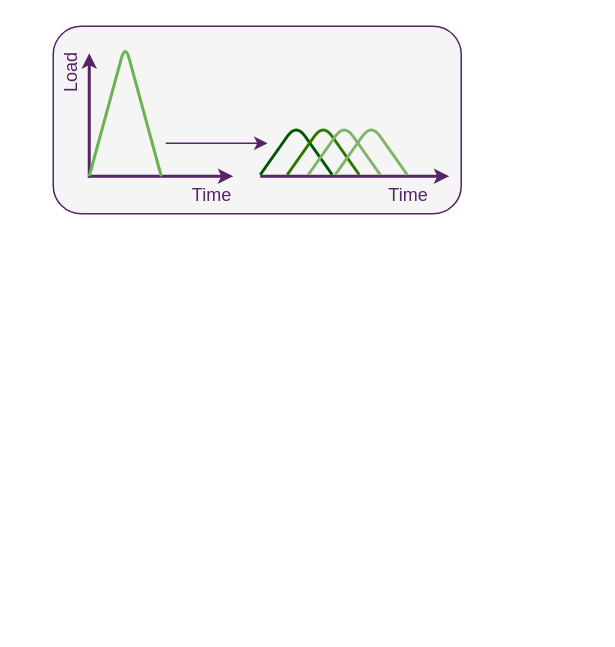
eclipse-hawkbit/hawkbit keeps this draw.io diagram as docs/graphics-source/rollouts_load.drawio. Above is the earlier version. Source tidied: cells renumbered, new cells numbered last; positions are measured from the earlier drawing's top-left corner, leaving out a move shared by most shapes. Both pictures are drawn from the tidied source at 150%, with x=0, y=0 at pixel (26, 26).
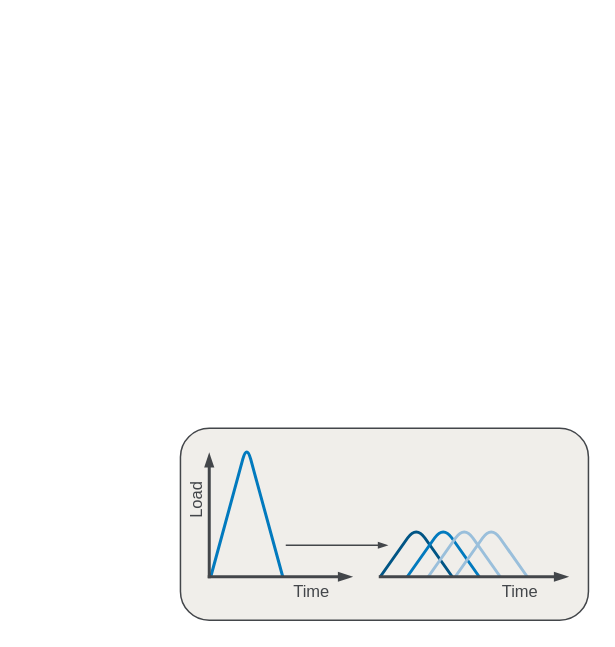
The same page after the edit.

The edit, as a diff of the source:
```diff
@@
-    <mxCell id="2" style="rounded=1;whiteSpace=wrap;html=1;fillColor=#f5f5f5;strokeColor=light-dark(#562563, #959595);fontColor=#333333;" parent="1" vertex="1">
-      <mxGeometry x="18" width="272" height="125" as="geometry" />
-    </mxCell>
-    <mxCell id="3" style="endArrow=classic;html=1;rounded=0;strokeWidth=2;endFill=1;jumpSize=6;endSize=4;startSize=4;strokeColor=light-dark(#562563, #ededed);" parent="1" edge="1">
-      <mxGeometry relative="1" as="geometry">
-        <mxPoint x="42" y="100" as="sourcePoint" />
-        <mxPoint x="138" y="100" as="targetPoint" />
-      </mxGeometry>
-    </mxCell>
-    <mxCell id="4" style="endArrow=classic;html=1;rounded=0;strokeWidth=2;startArrow=none;startFill=0;endFill=1;endSize=4;startSize=4;strokeColor=light-dark(#562563, #ededed);" parent="1" edge="1">
-      <mxGeometry relative="1" as="geometry">
-        <mxPoint x="42" y="101" as="sourcePoint" />
-        <mxPoint x="42" y="18" as="targetPoint" />
-      </mxGeometry>
-    </mxCell>
-    <mxCell id="5" value="Time" style="text;html=1;align=center;verticalAlign=middle;whiteSpace=wrap;rounded=0;fontColor=light-dark(#562563, #ededed);" parent="1" vertex="1">
-      <mxGeometry x="94" y="98" width="60" height="30" as="geometry" />
-    </mxCell>
+    <mxCell id="15" style="rounded=1;whiteSpace=wrap;html=1;fillColor=#F0EEEA;strokeColor=#43464A;fontColor=#333333;" parent="1" vertex="1">
+      <mxGeometry x="102.8" y="268" width="272" height="128" as="geometry" />
+    </mxCell>
+    <mxCell id="16" style="endArrow=none;html=1;rounded=1;curved=0;fillColor=#dae8fc;strokeColor=#027ABE;strokeWidth=2;" parent="15" edge="1">
+      <mxGeometry relative="1" as="geometry">
+        <mxPoint x="20.2" y="99" as="sourcePoint" />
+        <mxPoint x="68.2" y="99" as="targetPoint" />
+        <Array as="points">
+          <mxPoint x="44.2" y="11" />
+        </Array>
+      </mxGeometry>
+    </mxCell>
+    <mxCell id="17" style="endArrow=none;html=1;rounded=1;curved=0;fillColor=#dae8fc;strokeColor=#015585;strokeWidth=2;" parent="15" edge="1">
+      <mxGeometry relative="1" as="geometry">
+        <mxPoint x="133.2" y="99" as="sourcePoint" />
+        <mxPoint x="181.2" y="99" as="targetPoint" />
+        <Array as="points">
+          <mxPoint x="157.2" y="65" />
+        </Array>
+      </mxGeometry>
+    </mxCell>
+    <mxCell id="18" style="endArrow=none;html=1;rounded=1;curved=0;fillColor=#dae8fc;strokeColor=#027ABE;strokeWidth=2;align=center;verticalAlign=middle;fontFamily=Helvetica;fontSize=11;fontColor=default;labelBackgroundColor=default;" parent="15" edge="1">
+      <mxGeometry relative="1" as="geometry">
+        <mxPoint x="151.2" y="99" as="sourcePoint" />
+        <mxPoint x="199.2" y="99" as="targetPoint" />
+        <Array as="points">
+          <mxPoint x="175.2" y="65" />
+        </Array>
+      </mxGeometry>
+    </mxCell>
+    <mxCell id="19" style="endArrow=none;html=1;rounded=1;curved=0;fillColor=#dae8fc;strokeColor=#9ABFDB;strokeWidth=2;" parent="15" edge="1">
+      <mxGeometry relative="1" as="geometry">
+        <mxPoint x="165.2" y="99" as="sourcePoint" />
+        <mxPoint x="213.2" y="99" as="targetPoint" />
+        <Array as="points">
+          <mxPoint x="189.2" y="65" />
+        </Array>
+      </mxGeometry>
+    </mxCell>
+    <mxCell id="20" style="endArrow=none;html=1;rounded=1;curved=0;fillColor=#dae8fc;strokeColor=#9ABFDB;strokeWidth=2;" parent="15" edge="1">
+      <mxGeometry relative="1" as="geometry">
+        <mxPoint x="183.2" y="99" as="sourcePoint" />
+        <mxPoint x="231.2" y="99" as="targetPoint" />
+        <Array as="points">
+          <mxPoint x="207.2" y="65" />
+        </Array>
+      </mxGeometry>
+    </mxCell>
+    <mxCell id="21" style="endArrow=blockThin;html=1;rounded=0;entryX=0.577;entryY=0.64;entryDx=0;entryDy=0;entryPerimeter=0;fillColor=#dae8fc;strokeColor=#43464A;strokeWidth=1;align=center;verticalAlign=middle;fontFamily=Helvetica;fontSize=11;fontColor=default;labelBackgroundColor=default;endFill=1;jumpSize=6;startArrow=none;startFill=0;startSize=4;endSize=4;" parent="15" edge="1">
+      <mxGeometry relative="1" as="geometry">
+        <mxPoint x="70.2" y="78" as="sourcePoint" />
+        <mxPoint x="138.2" y="78" as="targetPoint" />
+      </mxGeometry>
+    </mxCell>
+    <mxCell id="22" style="endArrow=blockThin;html=1;rounded=0;strokeWidth=2;endFill=1;endSize=4;startSize=4;strokeColor=#43464A;align=center;verticalAlign=middle;fontFamily=Helvetica;fontSize=11;fontColor=default;labelBackgroundColor=default;startArrow=none;startFill=0;" parent="15" edge="1">
+      <mxGeometry relative="1" as="geometry">
+        <mxPoint x="132.2" y="99" as="sourcePoint" />
+        <mxPoint x="258.2" y="99" as="targetPoint" />
+      </mxGeometry>
+    </mxCell>
+    <mxCell id="23" value="Time" style="edgeLabel;html=1;align=center;verticalAlign=top;fontFamily=Helvetica;fontSize=11;fontColor=#43464A;labelBackgroundColor=none;horizontal=1;fillColor=none;gradientColor=none;" parent="22" vertex="1">
+      <mxGeometry x="0.48" relative="1" as="geometry">
+        <mxPoint y="-3" as="offset" />
+      </mxGeometry>
+    </mxCell>
+    <mxCell id="24" style="endArrow=blockThin;html=1;rounded=0;strokeWidth=2;endFill=1;jumpSize=6;endSize=4;startSize=4;strokeColor=#43464A;align=center;verticalAlign=middle;fontFamily=Helvetica;fontSize=11;fontColor=default;labelBackgroundColor=default;startArrow=none;startFill=0;" parent="15" edge="1">
+      <mxGeometry relative="1" as="geometry">
+        <mxPoint x="18.2" y="99" as="sourcePoint" />
+        <mxPoint x="114.2" y="99" as="targetPoint" />
+      </mxGeometry>
+    </mxCell>
+    <mxCell id="25" value="Time" style="edgeLabel;html=1;align=center;verticalAlign=top;fontFamily=Helvetica;fontSize=11;fontColor=#43464A;labelBackgroundColor=none;horizontal=1;fillColor=none;gradientColor=none;" parent="24" vertex="1">
+      <mxGeometry x="-0.17" relative="1" as="geometry">
+        <mxPoint x="28" y="-3" as="offset" />
+      </mxGeometry>
+    </mxCell>
+    <mxCell id="26" style="endArrow=blockThin;html=1;rounded=0;strokeWidth=2;startArrow=none;startFill=0;endFill=1;endSize=4;startSize=4;strokeColor=#43464A;align=center;verticalAlign=middle;fontFamily=Helvetica;fontSize=11;fontColor=default;labelBackgroundColor=default;" parent="15" edge="1">
+      <mxGeometry relative="1" as="geometry">
+        <mxPoint x="19.2" y="100" as="sourcePoint" />
+        <mxPoint x="19.2" y="17" as="targetPoint" />
+      </mxGeometry>
+    </mxCell>
-    <mxCell id="6" value="Load" style="text;html=1;align=center;verticalAlign=middle;whiteSpace=wrap;rounded=0;labelPosition=center;verticalLabelPosition=middle;horizontal=0;fontColor=light-dark(#562563, #ededed);" parent="1" vertex="1">
-      <mxGeometry y="16" width="60" height="30" as="geometry" />
+    <mxCell id="6" value="Load" style="edgeLabel;html=1;align=center;verticalAlign=bottom;horizontal=0;labelBackgroundColor=none;fontColor=#43464A;" parent="26" vertex="1">
+      <mxGeometry x="0.16" relative="1" as="geometry">
+        <mxPoint x="-1" y="-3" as="offset" />
+      </mxGeometry>
     </mxCell>
-    <mxCell id="7" style="endArrow=none;html=1;rounded=1;curved=0;fillColor=#dae8fc;strokeColor=light-dark(#6AB252,#FFFFFF);strokeWidth=2;" parent="1" edge="1">
-      <mxGeometry relative="1" as="geometry">
-        <mxPoint x="42" y="100" as="sourcePoint" />
-        <mxPoint x="90" y="100" as="targetPoint" />
-        <Array as="points">
-          <mxPoint x="66" y="12" />
-        </Array>
-      </mxGeometry>
-    </mxCell>
-    <mxCell id="8" style="endArrow=classic;html=1;rounded=0;strokeWidth=2;endFill=1;endSize=4;startSize=4;strokeColor=light-dark(#562563, #ededed);" parent="1" edge="1">
-      <mxGeometry relative="1" as="geometry">
-        <mxPoint x="156" y="100" as="sourcePoint" />
-        <mxPoint x="282" y="100" as="targetPoint" />
-      </mxGeometry>
-    </mxCell>
-    <mxCell id="9" style="endArrow=none;html=1;rounded=1;curved=0;strokeWidth=2;fillColor=#008a00;strokeColor=#005700;" parent="1" edge="1">
-      <mxGeometry relative="1" as="geometry">
-        <mxPoint x="156" y="99" as="sourcePoint" />
-        <mxPoint x="204" y="99" as="targetPoint" />
-        <Array as="points">
-          <mxPoint x="180" y="65" />
-        </Array>
-      </mxGeometry>
-    </mxCell>
-    <mxCell id="10" style="endArrow=none;html=1;rounded=1;curved=0;fillColor=#60a917;strokeColor=#2D7600;strokeWidth=2;" parent="1" edge="1">
-      <mxGeometry relative="1" as="geometry">
-        <mxPoint x="174" y="99" as="sourcePoint" />
-        <mxPoint x="222" y="99" as="targetPoint" />
-        <Array as="points">
-          <mxPoint x="198" y="65" />
-        </Array>
-      </mxGeometry>
-    </mxCell>
-    <mxCell id="11" style="endArrow=none;html=1;rounded=1;curved=0;fillColor=#d5e8d4;strokeColor=#82b366;strokeWidth=2;gradientColor=#97d077;" parent="1" edge="1">
-      <mxGeometry relative="1" as="geometry">
-        <mxPoint x="188" y="99" as="sourcePoint" />
-        <mxPoint x="236" y="99" as="targetPoint" />
-        <Array as="points">
-          <mxPoint x="212" y="65" />
-        </Array>
-      </mxGeometry>
-    </mxCell>
-    <mxCell id="12" style="endArrow=none;html=1;rounded=1;curved=0;fillColor=#d5e8d4;strokeColor=#82b366;strokeWidth=2;" parent="1" edge="1">
-      <mxGeometry relative="1" as="geometry">
-        <mxPoint x="206" y="99" as="sourcePoint" />
-        <mxPoint x="254" y="99" as="targetPoint" />
-        <Array as="points">
-          <mxPoint x="230" y="65" />
-        </Array>
-      </mxGeometry>
-    </mxCell>
-    <mxCell id="13" style="endArrow=classic;html=1;rounded=0;entryX=0.577;entryY=0.64;entryDx=0;entryDy=0;entryPerimeter=0;fillColor=#dae8fc;strokeColor=light-dark(#562563, #5c79a3);fontColor=light-dark(#562563, #ededed);" parent="1" edge="1">
-      <mxGeometry relative="1" as="geometry">
-        <mxPoint x="93" y="78" as="sourcePoint" />
-        <mxPoint x="160.9" y="78" as="targetPoint" />
-      </mxGeometry>
-    </mxCell>
-    <mxCell id="14" value="Time" style="text;html=1;align=center;verticalAlign=middle;whiteSpace=wrap;rounded=0;fontColor=light-dark(#562563, #ededed);" parent="1" vertex="1">
-      <mxGeometry x="225" y="98" width="60" height="30" as="geometry" />
-    </mxCell>
```
